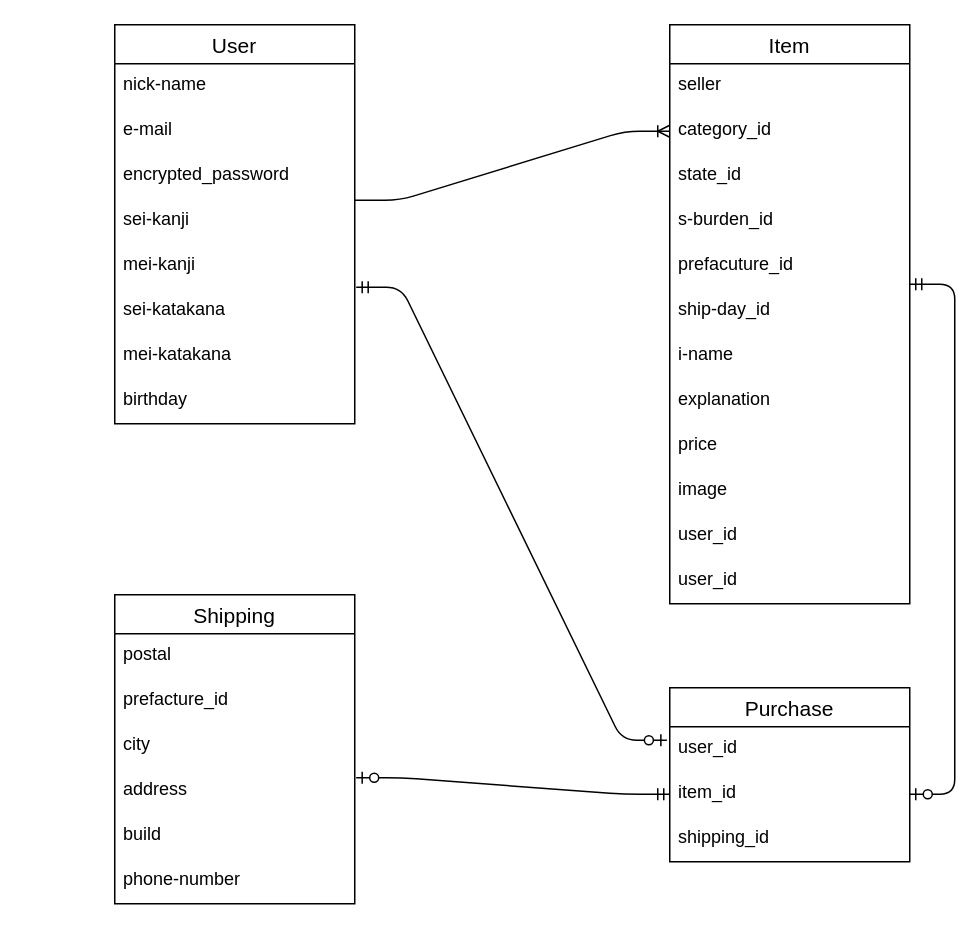
Earlier version of the draw.io diagram detabase.dio (masakichi-eng/furima-33493). Source tidied: cells renumbered, new cells numbered last; positions are measured from the earlier drawing's top-left corner, leaving out a move shared by most shapes. Both pictures are drawn from the tidied source at 150%, with x=0, y=0 at pixel (24, 24).
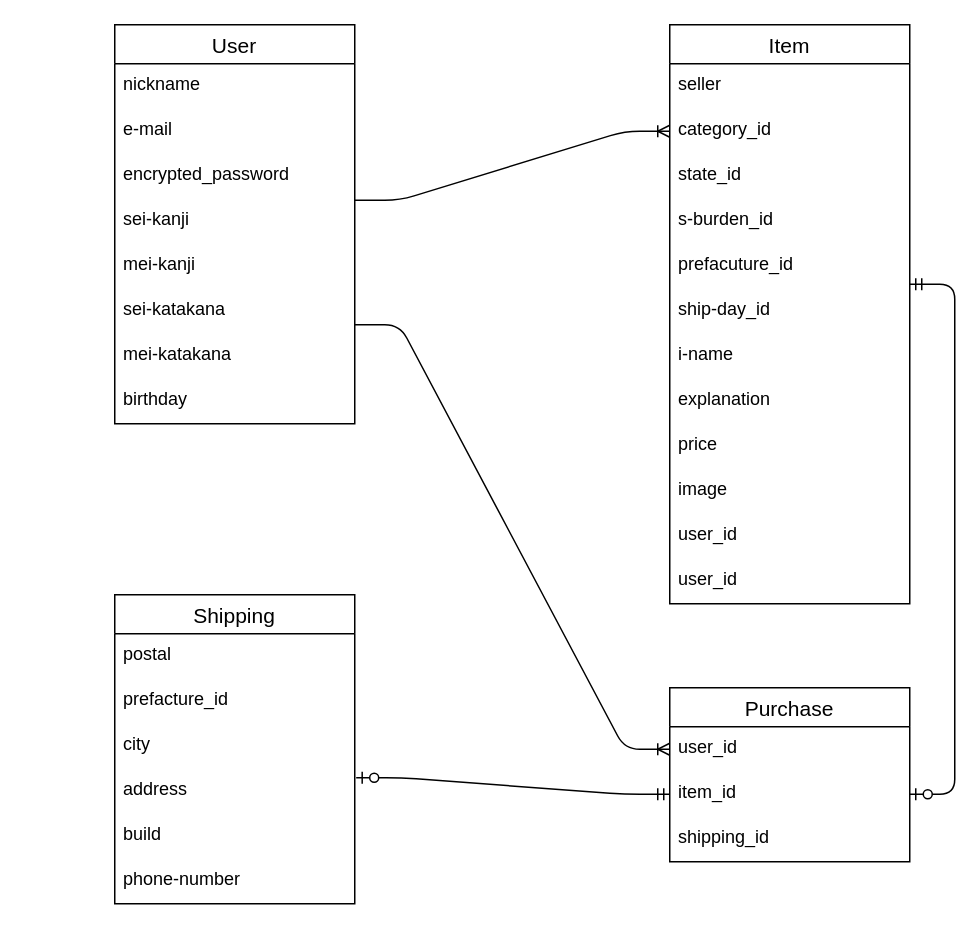
The same page after the edit.

Commit message (it also covers changes not shown here):
データベース修正4

Unchanged cells that the change refers to:
```xml
<mxCell id="16" value="User" style="swimlane;fontStyle=0;horizontal=1;startSize=26;align=center;fontSize=14;" parent="1" vertex="1">
  <mxGeometry x="60" width="160" height="266" as="geometry" />
</mxCell>
<mxCell id="22" value="sei-katakana" style="text;strokeColor=none;fillColor=none;spacingLeft=4;spacingRight=4;overflow=hidden;points=[[0,0.5],[1,0.5]];portConstraint=eastwest;fontSize=12;" parent="16" vertex="1">
  <mxGeometry y="176" width="160" height="30" as="geometry" />
</mxCell>
<mxCell id="33" value="user_id" style="text;strokeColor=none;fillColor=none;spacingLeft=4;spacingRight=4;overflow=hidden;points=[[0,0.5],[1,0.5]];portConstraint=eastwest;fontSize=12;" parent="32" vertex="1">
  <mxGeometry y="26" width="160" height="30" as="geometry" />
</mxCell>
```

Diff of the diagram source:
```diff
@@
-    <mxCell id="17" value="nick-name" style="text;strokeColor=none;fillColor=none;spacingLeft=4;spacingRight=4;overflow=hidden;fontSize=12;" parent="16" vertex="1">
+    <mxCell id="17" value="nickname" style="text;strokeColor=none;fillColor=none;spacingLeft=4;spacingRight=4;overflow=hidden;fontSize=12;" parent="16" vertex="1">
       <mxGeometry y="26" width="160" height="30" as="geometry" />
     </mxCell>
@@
-    <mxCell id="39" style="edgeStyle=entityRelationEdgeStyle;fontSize=12;html=1;endArrow=ERzeroToOne;startArrow=ERmandOne;exitX=1.006;exitY=-0.033;exitDx=0;exitDy=0;exitPerimeter=0;entryX=-0.012;entryY=0.3;entryDx=0;entryDy=0;entryPerimeter=0;" parent="1" edge="1" source="22" target="33">
-      <mxGeometry relative="1" as="geometry" />
-    </mxCell>
+    <mxCell id="40" style="edgeStyle=entityRelationEdgeStyle;fontSize=12;html=1;endArrow=ERoneToMany;entryX=0;entryY=0.5;entryDx=0;entryDy=0;" parent="1" edge="1" target="33">
+      <mxGeometry relative="1" as="geometry">
+        <mxPoint x="220" y="200" as="sourcePoint" />
+      </mxGeometry>
+    </mxCell>
```
